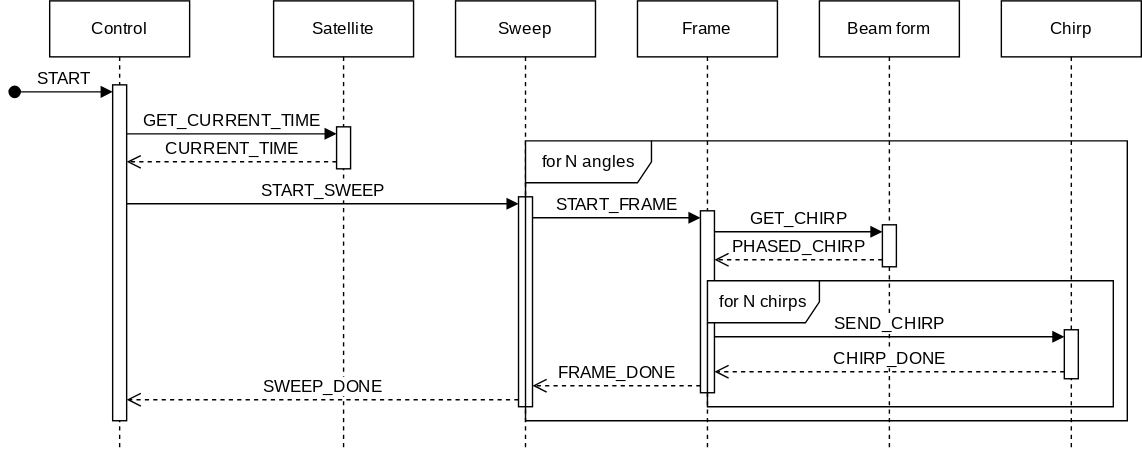
Above: Figures/systemDesign/overview/sequenceDiagramTx.svg in Mikkelnn/ESD6-Project (draw.io), before the change. Source tidied: cells renumbered, new cells last; positions are measured from the earlier drawing's top-left corner, leaving out a move shared by most shapes.
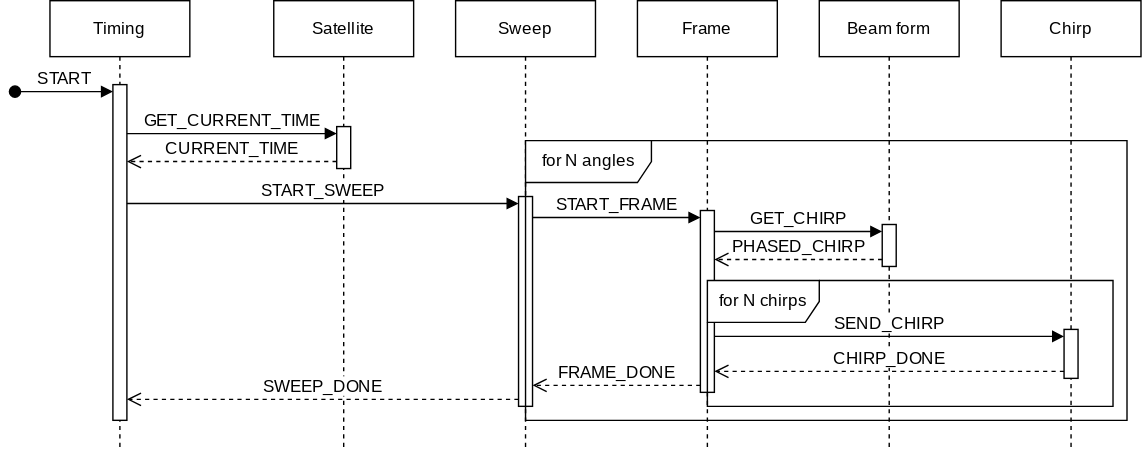
After the change.

Change to the diagram source:
```diff
@@ -2,7 +2,7 @@
   <root>
     <mxCell id="0" />
     <mxCell id="1" parent="0" />
-    <mxCell id="2" value="Control" style="shape=umlLifeline;perimeter=lifelinePerimeter;whiteSpace=wrap;html=1;newEdgeStyle={&quot;edgeStyle&quot;:&quot;elbowEdgeStyle&quot;,&quot;elbow&quot;:&quot;vertical&quot;,&quot;curved&quot;:0,&quot;rounded&quot;:0};fontFamily=modern;fontSource=https%3A%2F%2Fsourceforge.net%2Fprojects%2Fcm-unicode%2F;fontSize=12;" parent="1" vertex="1">
+    <mxCell id="2" value="Timing" style="shape=umlLifeline;perimeter=lifelinePerimeter;whiteSpace=wrap;html=1;newEdgeStyle={&quot;edgeStyle&quot;:&quot;elbowEdgeStyle&quot;,&quot;elbow&quot;:&quot;vertical&quot;,&quot;curved&quot;:0,&quot;rounded&quot;:0};fontFamily=modern;fontSource=https%3A%2F%2Fsourceforge.net%2Fprojects%2Fcm-unicode%2F;fontSize=12;" parent="1" vertex="1">
       <mxGeometry x="25" width="100" height="320" as="geometry" />
     </mxCell>
     <mxCell id="3" style="html=1;points=[[0,0,0,0,5],[0,1,0,0,-5],[1,0,0,0,5],[1,1,0,0,-5]];perimeter=orthogonalPerimeter;outlineConnect=0;targetShapes=umlLifeline;portConstraint=eastwest;newEdgeStyle={&quot;curved&quot;:0,&quot;rounded&quot;:0};fontFamily=modern;fontSource=https%3A%2F%2Fsourceforge.net%2Fprojects%2Fcm-unicode%2F;fontSize=12;" parent="2" vertex="1">
```
